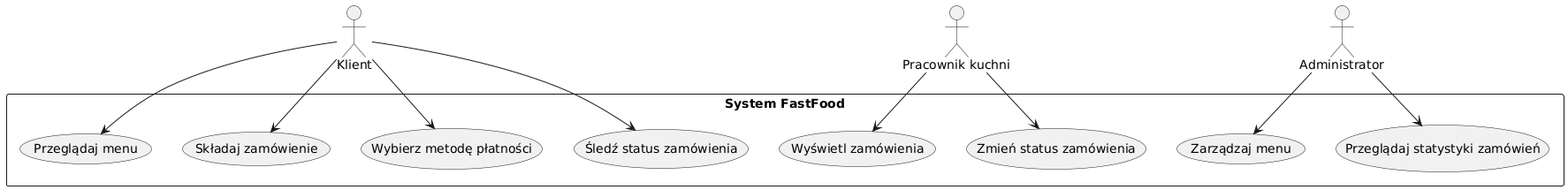
This is Diagramy/UseCase.png from akwasnyy/IOFFOMS, a PlantUML export, as it was before one commit.
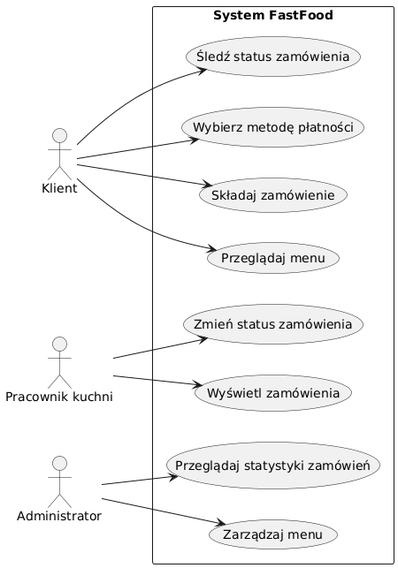
The same file after the commit.

Change to the diagram source:
```diff
@@ -1,19 +1,21 @@
 @startuml
+left to right direction
+
 actor Klient
 actor "Pracownik kuchni" as Kuchnia
 actor Administrator
 
 rectangle "System FastFood" {
 
-  Klient --> (Przeglądaj menu)
-  Klient --> (Składaj zamówienie)
-  Klient --> (Wybierz metodę płatności)
-  Klient --> (Śledź status zamówienia)
+  Klient -down-> (Przeglądaj menu)
+  Klient -down-> (Składaj zamówienie)
+  Klient -down-> (Wybierz metodę płatności)
+  Klient -down-> (Śledź status zamówienia)
 
-  Kuchnia --> (Wyświetl zamówienia)
-  Kuchnia --> (Zmień status zamówienia)
+  Kuchnia -down-> (Wyświetl zamówienia)
+  Kuchnia -down-> (Zmień status zamówienia)
 
-  Administrator --> (Zarządzaj menu)
-  Administrator --> (Przeglądaj statystyki zamówień)
+  Administrator -down-> (Zarządzaj menu)
+  Administrator -down-> (Przeglądaj statystyki zamówień)
 }
 @enduml
```
